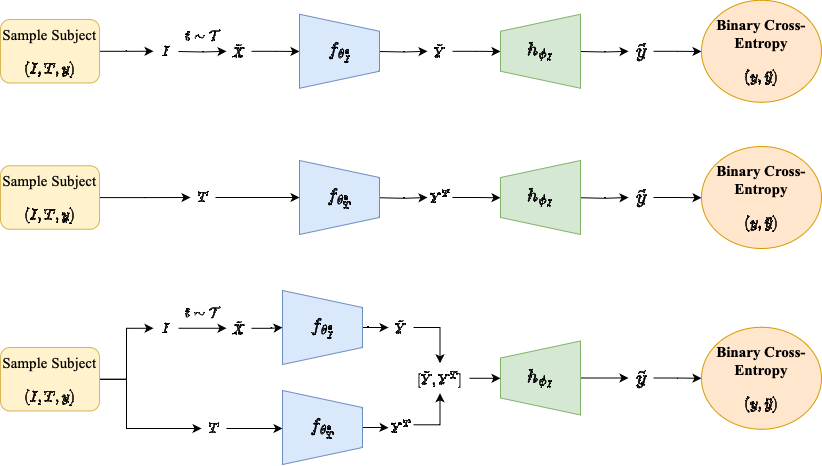
Vivano/amal-project keeps this draw.io diagram as fine-tuning.drawio.png. Above is the earlier version. Source tidied: cells renumbered, new cells last; positions are measured from the earlier drawing's top-left corner, leaving out a move shared by most shapes.
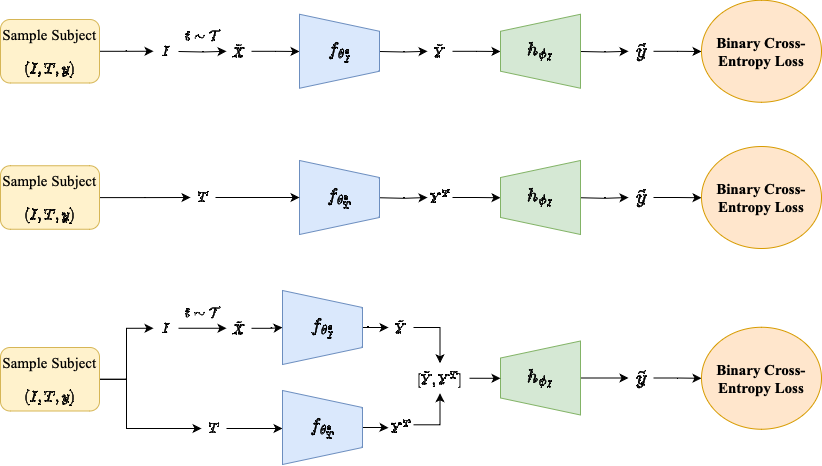
The same file after the commit.

Commit message:
Mettre à jour fine-tuning.drawio.png

Change to the diagram source:
```diff
@@ -42,7 +42,7 @@
     <mxCell id="13" value="$$\tilde{y}$$" style="text;html=1;strokeColor=none;fillColor=none;align=center;verticalAlign=middle;whiteSpace=wrap;rounded=0;fontSize=17;" parent="1" vertex="1">
       <mxGeometry x="628" y="362.5" width="25" height="30" as="geometry" />
     </mxCell>
-    <mxCell id="14" value="&lt;span&gt;Binary Cross-Entropy&lt;/span&gt;&lt;br style=&quot;font-size: 15px;&quot;&gt;$$(y,\tilde{y})$$" style="ellipse;whiteSpace=wrap;html=1;fontSize=15;verticalAlign=bottom;fontFamily=Times New Roman;labelPosition=center;verticalLabelPosition=middle;align=center;fillColor=#ffe6cc;strokeColor=#d79b00;fontStyle=1;" parent="1" vertex="1">
+    <mxCell id="14" value="Binary Cross-Entropy Loss" style="ellipse;whiteSpace=wrap;html=1;fontSize=15;verticalAlign=middle;fontFamily=Times New Roman;labelPosition=center;verticalLabelPosition=middle;align=center;fillColor=#ffe6cc;strokeColor=#d79b00;fontStyle=1;" parent="1" vertex="1">
       <mxGeometry x="701" y="326.8" width="120" height="102" as="geometry" />
     </mxCell>
     <mxCell id="15" style="edgeStyle=orthogonalEdgeStyle;rounded=0;jettySize=auto;html=1;entryX=0;entryY=0.5;entryDx=0;entryDy=0;" parent="1" edge="1" source="17" target="3">
@@ -137,7 +137,7 @@
     <mxCell id="36" value="&lt;font style=&quot;font-size: 16px;&quot;&gt;$$h_{\phi_I}$$&lt;/font&gt;" style="verticalLabelPosition=middle;verticalAlign=middle;html=1;shape=trapezoid;perimeter=trapezoidPerimeter;whiteSpace=wrap;size=0.23;arcSize=10;flipV=1;labelPosition=center;align=center;labelBackgroundColor=none;fillColor=#d5e8d4;labelBorderColor=none;strokeColor=#82b366;direction=south;fontSize=16;flipH=1;" parent="1" vertex="1">
       <mxGeometry x="500" y="13.8" width="80" height="74" as="geometry" />
     </mxCell>
-    <mxCell id="37" value="&lt;span&gt;Binary Cross-Entropy&lt;/span&gt;&lt;br style=&quot;font-size: 15px;&quot;&gt;$$(y,\tilde{y})$$" style="ellipse;whiteSpace=wrap;html=1;fontSize=15;verticalAlign=bottom;fontFamily=Times New Roman;labelPosition=center;verticalLabelPosition=middle;align=center;fillColor=#ffe6cc;strokeColor=#d79b00;fontStyle=1;" parent="1" vertex="1">
+    <mxCell id="37" value="Binary Cross-Entropy Loss" style="ellipse;whiteSpace=wrap;html=1;fontSize=15;verticalAlign=middle;fontFamily=Times New Roman;labelPosition=center;verticalLabelPosition=middle;align=center;fillColor=#ffe6cc;strokeColor=#d79b00;fontStyle=1;" parent="1" vertex="1">
       <mxGeometry x="701" y="-0.2" width="120" height="102" as="geometry" />
     </mxCell>
     <mxCell id="38" style="edgeStyle=orthogonalEdgeStyle;rounded=0;jettySize=auto;html=1;entryX=0;entryY=0.5;entryDx=0;entryDy=0;" parent="1" edge="1" source="39" target="40">
@@ -187,7 +187,7 @@
     <mxCell id="50" value="&lt;font style=&quot;font-size: 16px;&quot;&gt;$$h_{\phi_I}$$&lt;/font&gt;" style="verticalLabelPosition=middle;verticalAlign=middle;html=1;shape=trapezoid;perimeter=trapezoidPerimeter;whiteSpace=wrap;size=0.23;arcSize=10;flipV=1;labelPosition=center;align=center;labelBackgroundColor=none;fillColor=#d5e8d4;labelBorderColor=none;strokeColor=#82b366;direction=south;fontSize=16;flipH=1;" parent="1" vertex="1">
       <mxGeometry x="500" y="160" width="80" height="74" as="geometry" />
     </mxCell>
-    <mxCell id="51" value="&lt;span&gt;Binary Cross-Entropy&lt;/span&gt;&lt;br style=&quot;font-size: 15px;&quot;&gt;$$(y,\tilde{y})$$" style="ellipse;whiteSpace=wrap;html=1;fontSize=15;verticalAlign=bottom;fontFamily=Times New Roman;labelPosition=center;verticalLabelPosition=middle;align=center;fillColor=#ffe6cc;strokeColor=#d79b00;fontStyle=1;" parent="1" vertex="1">
+    <mxCell id="51" value="&lt;span&gt;Binary Cross-Entropy Loss&lt;/span&gt;" style="ellipse;whiteSpace=wrap;html=1;fontSize=15;verticalAlign=middle;fontFamily=Times New Roman;labelPosition=center;verticalLabelPosition=middle;align=center;fillColor=#ffe6cc;strokeColor=#d79b00;fontStyle=1;" parent="1" vertex="1">
       <mxGeometry x="701" y="146" width="120" height="102" as="geometry" />
     </mxCell>
     <mxCell id="52" style="edgeStyle=orthogonalEdgeStyle;rounded=0;jettySize=auto;html=1;entryX=0;entryY=0.5;entryDx=0;entryDy=0;" parent="1" edge="1" source="53" target="55">
```
